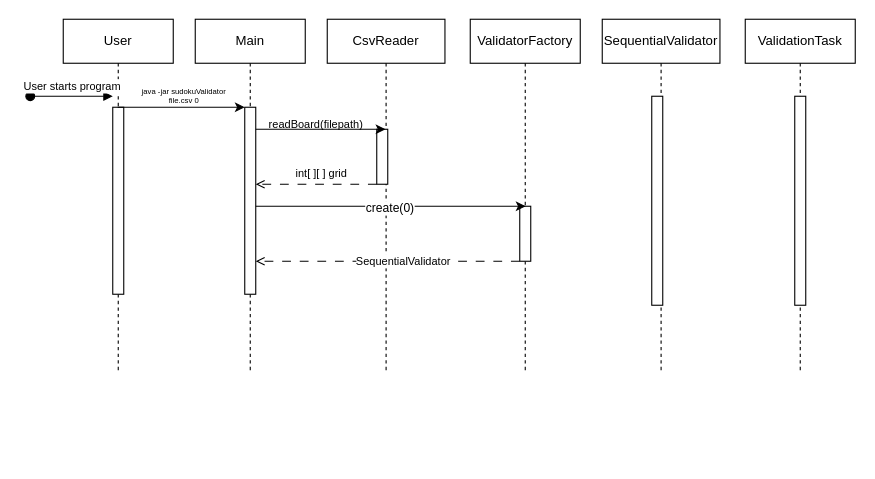
The draw.io diagram diagrams/mode0Sequence.drawio in Smook-e/Prog_lab9, before the edit. Source tidied: cells renumbered, new cells numbered last; positions are measured from the earlier drawing's top-left corner, leaving out a move shared by most shapes. Both pictures are drawn from the tidied source at 110%, with x=0, y=0 at pixel (30, 19).
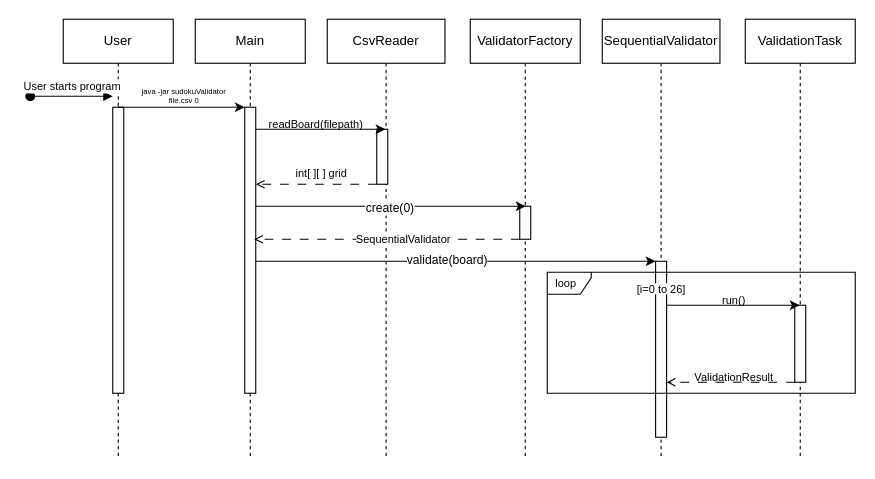
The same page after the edit.

Commit message:
commit until loop

What changed in the source:
```diff
@@
     <mxCell id="2" value="User" style="shape=umlLifeline;perimeter=lifelinePerimeter;whiteSpace=wrap;html=1;outlineConnect=0;portConstraint=eastwest;newEdgeStyle={&quot;edgeStyle&quot;:&quot;elbowEdgeStyle&quot;,&quot;elbow&quot;:&quot;vertical&quot;,&quot;curved&quot;:0,&quot;rounded&quot;:0};" parent="1" vertex="1">
-      <mxGeometry x="30" width="100" height="320" as="geometry" />
+      <mxGeometry x="30" width="100" height="400" as="geometry" />
     </mxCell>
@@
     <mxCell id="4" style="html=1;perimeter=orthogonalPerimeter;targetShapes=umlLifeline;newEdgeStyle={&quot;edgeStyle&quot;:&quot;elbowEdgeStyle&quot;,&quot;elbow&quot;:&quot;vertical&quot;,&quot;curved&quot;:0,&quot;rounded&quot;:0};" parent="2" vertex="1">
-      <mxGeometry x="45" y="80" width="10" height="170" as="geometry" />
+      <mxGeometry x="45" y="80" width="10" height="260" as="geometry" />
     </mxCell>
     <mxCell id="5" value="Main" style="shape=umlLifeline;perimeter=lifelinePerimeter;whiteSpace=wrap;html=1;newEdgeStyle={&quot;edgeStyle&quot;:&quot;elbowEdgeStyle&quot;,&quot;elbow&quot;:&quot;vertical&quot;,&quot;curved&quot;:0,&quot;rounded&quot;:0};" parent="1" vertex="1">
-      <mxGeometry x="150" width="100" height="320" as="geometry" />
+      <mxGeometry x="150" width="100" height="400" as="geometry" />
     </mxCell>
     <mxCell id="6" style="html=1;points=[];perimeter=orthogonalPerimeter;outlineConnect=0;targetShapes=umlLifeline;portConstraint=eastwest;newEdgeStyle={&quot;edgeStyle&quot;:&quot;elbowEdgeStyle&quot;,&quot;elbow&quot;:&quot;vertical&quot;,&quot;curved&quot;:0,&quot;rounded&quot;:0};" parent="5" vertex="1">
-      <mxGeometry x="45" y="80" width="10" height="170" as="geometry" />
+      <mxGeometry x="45" y="80" width="10" height="260" as="geometry" />
     </mxCell>
     <mxCell id="7" value="ValidatorFactory" style="shape=umlLifeline;perimeter=lifelinePerimeter;whiteSpace=wrap;html=1;newEdgeStyle={&quot;edgeStyle&quot;:&quot;elbowEdgeStyle&quot;,&quot;elbow&quot;:&quot;vertical&quot;,&quot;curved&quot;:0,&quot;rounded&quot;:0};" parent="1" vertex="1">
-      <mxGeometry x="400" width="100" height="320" as="geometry" />
+      <mxGeometry x="400" width="100" height="400" as="geometry" />
     </mxCell>
     <mxCell id="8" style="html=1;points=[];perimeter=orthogonalPerimeter;outlineConnect=0;targetShapes=umlLifeline;portConstraint=eastwest;newEdgeStyle={&quot;edgeStyle&quot;:&quot;elbowEdgeStyle&quot;,&quot;elbow&quot;:&quot;vertical&quot;,&quot;curved&quot;:0,&quot;rounded&quot;:0};" parent="7" vertex="1">
-      <mxGeometry x="45" y="170" width="10" height="50" as="geometry" />
+      <mxGeometry x="45" y="170" width="10" height="30" as="geometry" />
     </mxCell>
     <mxCell id="9" value="SequentialValidator" style="shape=umlLifeline;perimeter=lifelinePerimeter;whiteSpace=wrap;html=1;newEdgeStyle={&quot;edgeStyle&quot;:&quot;elbowEdgeStyle&quot;,&quot;elbow&quot;:&quot;vertical&quot;,&quot;curved&quot;:0,&quot;rounded&quot;:0};" parent="1" vertex="1">
-      <mxGeometry x="520" width="107" height="320" as="geometry" />
+      <mxGeometry x="520" width="107" height="400" as="geometry" />
     </mxCell>
     <mxCell id="10" style="html=1;points=[];perimeter=orthogonalPerimeter;outlineConnect=0;targetShapes=umlLifeline;portConstraint=eastwest;newEdgeStyle={&quot;edgeStyle&quot;:&quot;elbowEdgeStyle&quot;,&quot;elbow&quot;:&quot;vertical&quot;,&quot;curved&quot;:0,&quot;rounded&quot;:0};" parent="9" vertex="1">
-      <mxGeometry x="45" y="70" width="10" height="190" as="geometry" />
+      <mxGeometry x="48.5" y="220" width="10" height="160" as="geometry" />
     </mxCell>
     <mxCell id="11" value="ValidationTask" style="shape=umlLifeline;perimeter=lifelinePerimeter;whiteSpace=wrap;html=1;outlineConnect=0;portConstraint=eastwest;newEdgeStyle={&quot;edgeStyle&quot;:&quot;elbowEdgeStyle&quot;,&quot;elbow&quot;:&quot;vertical&quot;,&quot;curved&quot;:0,&quot;rounded&quot;:0};" parent="1" vertex="1">
-      <mxGeometry x="650" width="100" height="320" as="geometry" />
+      <mxGeometry x="650" width="100" height="400" as="geometry" />
     </mxCell>
     <mxCell id="12" style="html=1;points=[];perimeter=orthogonalPerimeter;outlineConnect=0;targetShapes=umlLifeline;portConstraint=eastwest;newEdgeStyle={&quot;edgeStyle&quot;:&quot;elbowEdgeStyle&quot;,&quot;elbow&quot;:&quot;vertical&quot;,&quot;curved&quot;:0,&quot;rounded&quot;:0};" parent="11" vertex="1">
-      <mxGeometry x="45" y="70" width="10" height="190" as="geometry" />
+      <mxGeometry x="45" y="260" width="10" height="70" as="geometry" />
     </mxCell>
     <mxCell id="13" value="CsvReader" style="shape=umlLifeline;perimeter=lifelinePerimeter;whiteSpace=wrap;html=1;outlineConnect=0;portConstraint=eastwest;newEdgeStyle={&quot;edgeStyle&quot;:&quot;elbowEdgeStyle&quot;,&quot;elbow&quot;:&quot;vertical&quot;,&quot;curved&quot;:0,&quot;rounded&quot;:0};" parent="1" vertex="1">
-      <mxGeometry x="270" width="107" height="320" as="geometry" />
+      <mxGeometry x="270" width="107" height="400" as="geometry" />
     </mxCell>
@@
-    <mxCell id="23" style="endArrow=open;html=1;rounded=0;dashed=1;dashPattern=8 8;endFill=0;" parent="1" edge="1" source="8" target="6">
+    <mxCell id="23" style="endArrow=open;html=1;rounded=0;dashed=1;dashPattern=8 8;endFill=0;" parent="1" edge="1" source="8">
       <mxGeometry relative="1" as="geometry">
+        <mxPoint x="203.5" y="200" as="targetPoint" />
         <Array as="points">
-          <mxPoint x="430" y="220" />
+          <mxPoint x="428.5" y="200" />
         </Array>
       </mxGeometry>
     </mxCell>
@@
+    <mxCell id="25" style="endArrow=classic;html=1;rounded=0;" parent="1" edge="1" target="10">
+      <mxGeometry relative="1" as="geometry">
+        <mxPoint x="205" y="220" as="sourcePoint" />
+        <Array as="points">
+          <mxPoint x="310" y="220" />
+        </Array>
+      </mxGeometry>
+    </mxCell>
+    <mxCell id="26" value="validate(board)" style="edgeLabel;html=1;align=center;verticalAlign=middle;" parent="25" vertex="1">
+      <mxGeometry x="-0.05" y="2" relative="1" as="geometry" />
+    </mxCell>
+    <mxCell id="27" value="&lt;font style=&quot;font-size: 10px;&quot;&gt;&lt;font style=&quot;&quot;&gt;loop&amp;nbsp;&lt;/font&gt;&lt;span style=&quot;background-color: transparent; color: light-dark(rgb(0, 0, 0), rgb(255, 255, 255));&quot;&gt;&amp;nbsp;&lt;/span&gt;&lt;/font&gt;" style="shape=umlFrame;whiteSpace=wrap;html=1;width=40;height=20;" parent="1" vertex="1">
+      <mxGeometry x="470" y="230" width="280" height="110" as="geometry" />
+    </mxCell>
+    <mxCell id="28" value="&lt;font style=&quot;font-size: 10px;&quot;&gt;[i=0 to 26]&lt;/font&gt;" style="text;html=1;whiteSpace=wrap;align=center;verticalAlign=middle;rounded=0;shadow=0;noLabel=0;fixDash=0;fillColor=default;strokeColor=none;" parent="1" vertex="1">
+      <mxGeometry x="543.5" y="240" width="60" height="10" as="geometry" />
+    </mxCell>
+    <mxCell id="29" style="endArrow=classic;html=1;rounded=0;" parent="1" edge="1" source="10" target="11">
+      <mxGeometry relative="1" as="geometry">
+        <Array as="points">
+          <mxPoint x="640" y="260" />
+        </Array>
+      </mxGeometry>
+    </mxCell>
+    <mxCell id="30" value="&lt;font style=&quot;font-size: 10px;&quot;&gt;run()&lt;/font&gt;" style="text;html=1;whiteSpace=wrap;strokeColor=none;fillColor=none;align=center;verticalAlign=middle;rounded=0;" parent="1" vertex="1">
+      <mxGeometry x="610" y="240" width="60" height="30" as="geometry" />
+    </mxCell>
+    <mxCell id="31" style="endArrow=open;html=1;rounded=0;dashed=1;dashPattern=8 8;endFill=0;" parent="1" edge="1" source="12" target="10">
+      <mxGeometry relative="1" as="geometry">
+        <Array as="points">
+          <mxPoint x="640" y="330" />
+        </Array>
+      </mxGeometry>
+    </mxCell>
+    <mxCell id="32" value="&lt;font style=&quot;font-size: 10px;&quot;&gt;ValidationResult&lt;/font&gt;" style="text;html=1;whiteSpace=wrap;strokeColor=none;fillColor=none;align=center;verticalAlign=middle;rounded=0;" parent="1" vertex="1">
+      <mxGeometry x="610" y="310" width="60" height="30" as="geometry" />
+    </mxCell>
```
